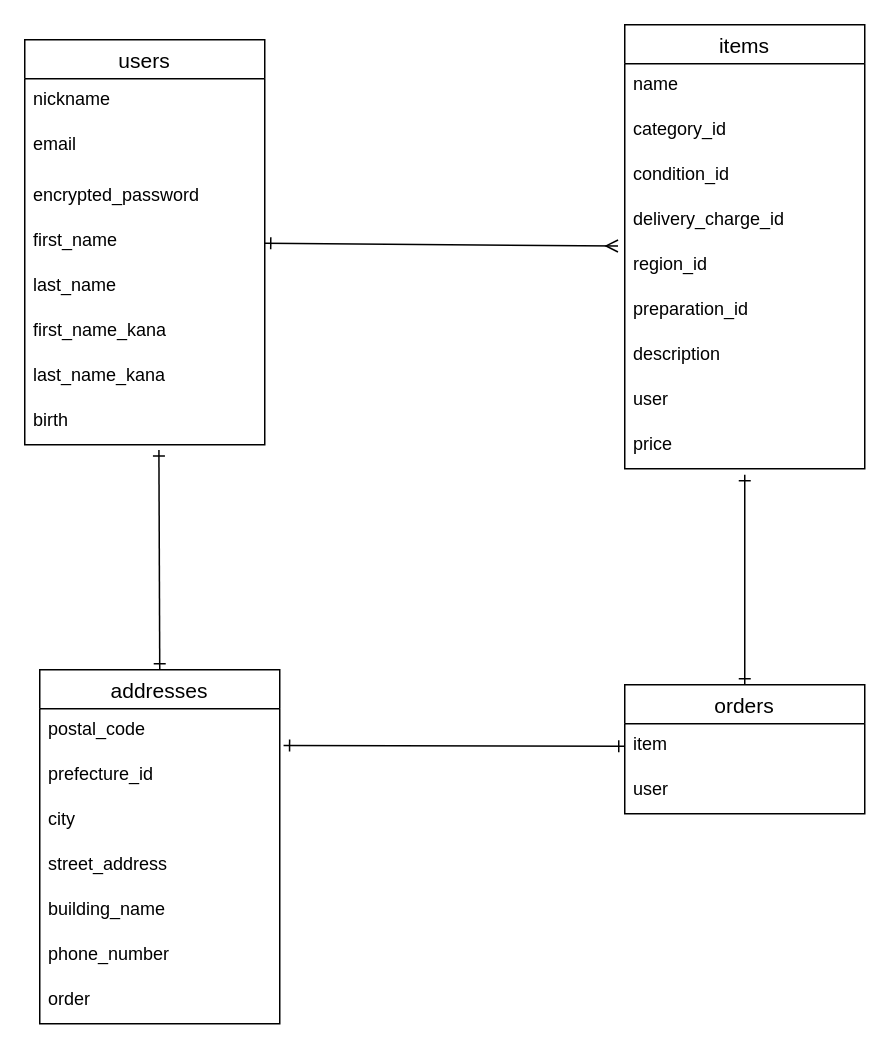
Above: DBdesign.dio in Sally0601/furima-40344 (draw.io), before the change. Source tidied: cells renumbered, new cells numbered last; positions are measured from the earlier drawing's top-left corner, leaving out a move shared by most shapes. Both pictures are drawn from the tidied source at 150%, with x=0, y=0 at pixel (24, 24).
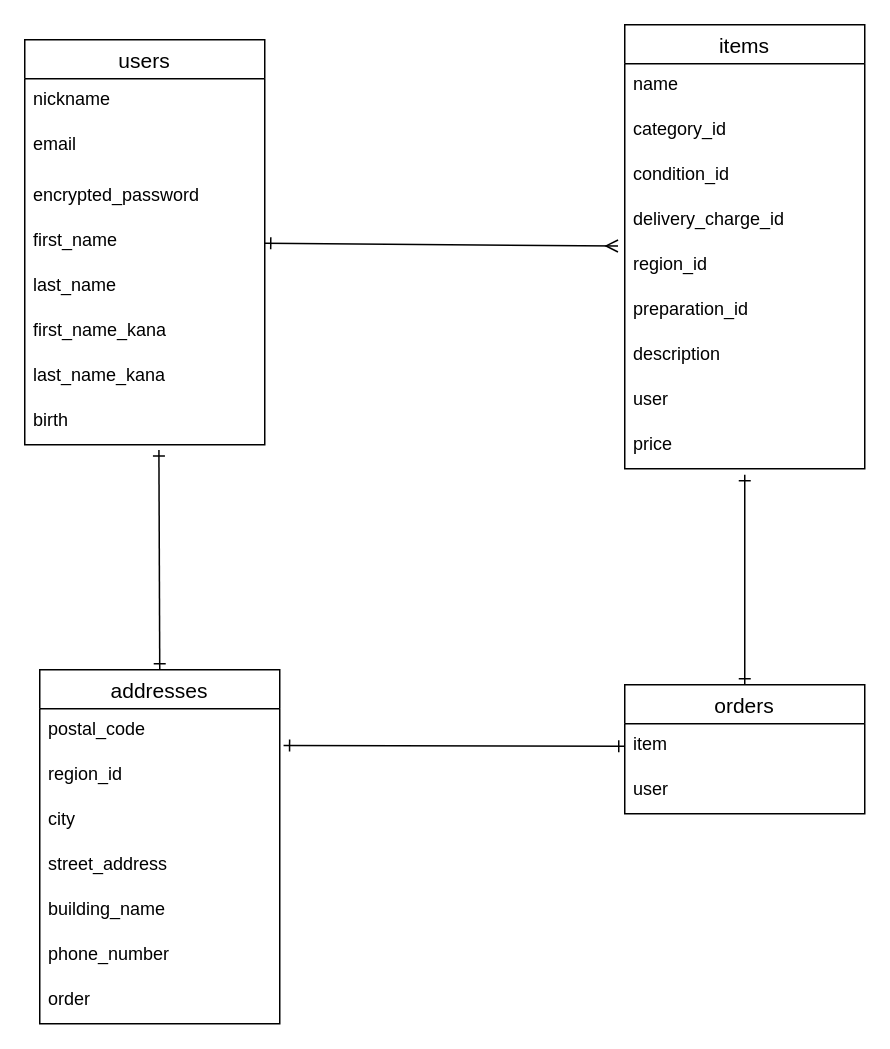
Above is the later version.

Unchanged cells that the change refers to:
```xml
<mxCell id="26" value="addresses" style="swimlane;fontStyle=0;horizontal=1;startSize=26;align=center;fontSize=14;" parent="1" vertex="1">
  <mxGeometry x="10" y="430" width="160" height="236" as="geometry" />
</mxCell>
```

Diff of the diagram source:
```diff
@@
-    <mxCell id="28" value="prefecture_id" style="text;strokeColor=none;fillColor=none;spacingLeft=4;spacingRight=4;overflow=hidden;fontSize=12;" parent="26" vertex="1">
+    <mxCell id="28" value="region_id" style="text;strokeColor=none;fillColor=none;spacingLeft=4;spacingRight=4;overflow=hidden;fontSize=12;" parent="26" vertex="1">
       <mxGeometry y="56" width="160" height="30" as="geometry" />
     </mxCell>
```
